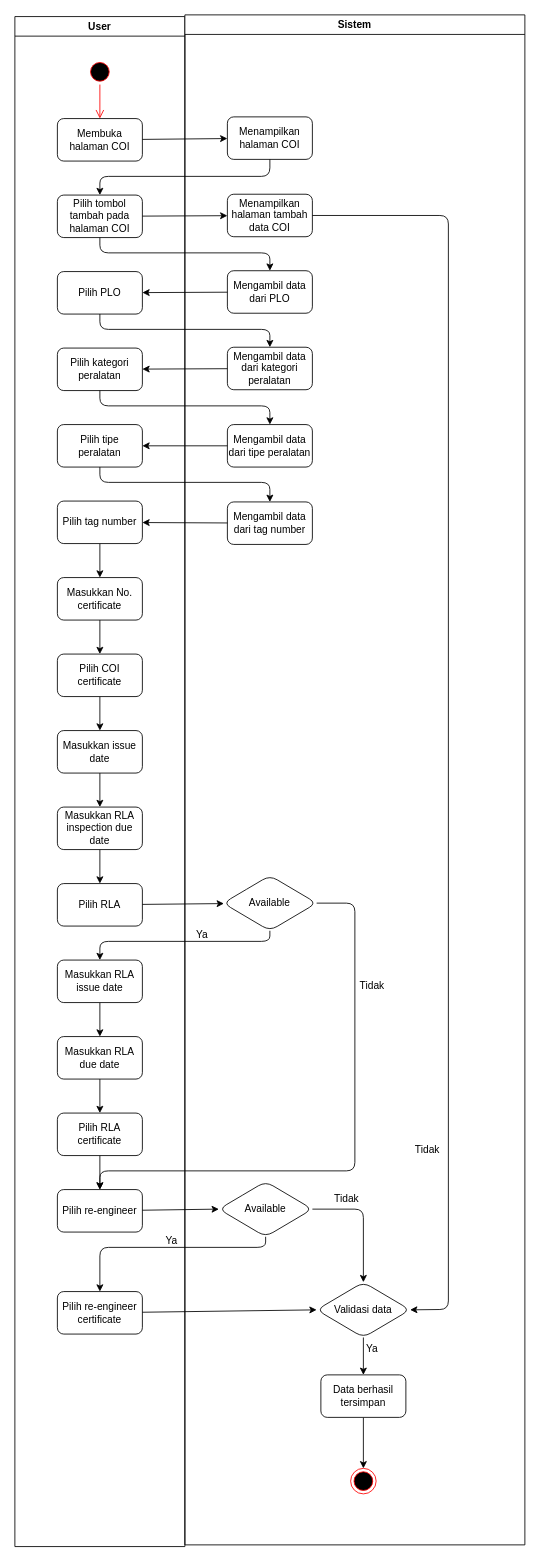
This is COI/tambahCOI.drawio from rismanrhz/idms, a draw.io file, before an edit. Source tidied: cells renumbered, new cells numbered last; positions are measured from the earlier drawing's top-left corner, leaving out a move shared by most shapes. Both pictures are drawn from the tidied source at 85%, with x=0, y=0 at pixel (14, 14).
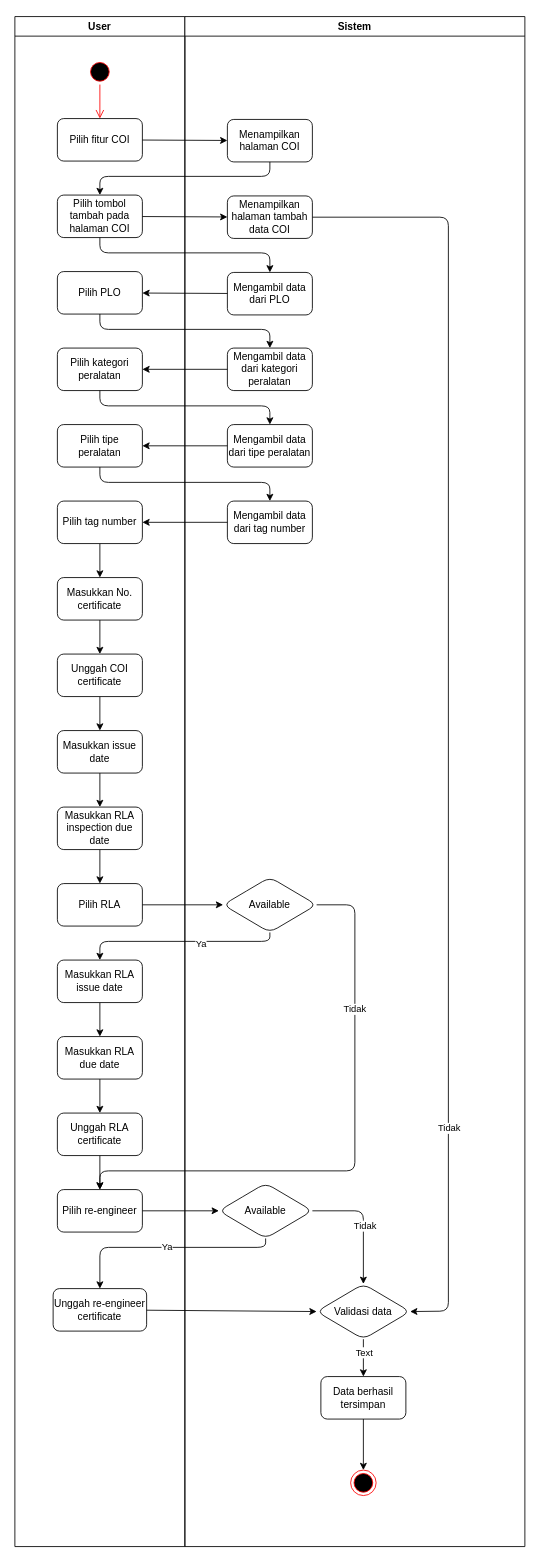
The same page after the edit.

The change refers to these unchanged cells:
```xml
<mxCell id="2" value="User" style="swimlane;" parent="1" vertex="1">
  <mxGeometry y="2" width="200" height="1800" as="geometry" />
</mxCell>
<mxCell id="27" value="Pilih re-engineer" style="rounded=1;whiteSpace=wrap;html=1;" parent="2" vertex="1">
  <mxGeometry x="50" y="1380" width="100" height="50" as="geometry" />
</mxCell>
<mxCell id="36" style="edgeStyle=none;html=1;entryX=1;entryY=0.5;entryDx=0;entryDy=0;exitX=1;exitY=0.5;exitDx=0;exitDy=0;" parent="29" edge="1" source="31" target="39">
  <mxGeometry relative="1" as="geometry">
    <Array as="points">
      <mxPoint x="310" y="236" />
      <mxPoint x="310" y="1523" />
    </Array>
  </mxGeometry>
</mxCell>
<mxCell id="37" value="Available" style="rhombus;whiteSpace=wrap;html=1;rounded=1;" parent="29" vertex="1">
  <mxGeometry x="45" y="1012.5" width="110" height="65" as="geometry" />
</mxCell>
<mxCell id="38" style="edgeStyle=none;html=1;" parent="29" edge="1" source="39" target="46">
  <mxGeometry relative="1" as="geometry" />
</mxCell>
<mxCell id="42" style="edgeStyle=none;html=1;entryX=0.5;entryY=0;entryDx=0;entryDy=0;exitX=1;exitY=0.5;exitDx=0;exitDy=0;" parent="29" edge="1" source="43" target="39">
  <mxGeometry relative="1" as="geometry">
    <Array as="points">
      <mxPoint x="210" y="1405" />
    </Array>
  </mxGeometry>
</mxCell>
<mxCell id="52" style="edgeStyle=none;html=1;entryX=0.5;entryY=0;entryDx=0;entryDy=0;" parent="1" edge="1" source="37" target="22">
  <mxGeometry relative="1" as="geometry">
    <Array as="points">
      <mxPoint x="300" y="1090" />
      <mxPoint x="100" y="1090" />
    </Array>
  </mxGeometry>
</mxCell>
<mxCell id="54" style="edgeStyle=none;html=1;entryX=0.5;entryY=0;entryDx=0;entryDy=0;exitX=0.5;exitY=1;exitDx=0;exitDy=0;" parent="1" edge="1" source="43" target="28">
  <mxGeometry relative="1" as="geometry">
    <Array as="points">
      <mxPoint x="295" y="1450" />
      <mxPoint x="100" y="1450" />
    </Array>
  </mxGeometry>
</mxCell>
```

Diff of the diagram source:
```diff
@@
-    <mxCell id="5" value="Membuka halaman COI" style="rounded=1;whiteSpace=wrap;html=1;" parent="2" vertex="1">
+    <mxCell id="5" value="Pilih fitur COI" style="rounded=1;whiteSpace=wrap;html=1;" parent="2" vertex="1">
       <mxGeometry x="50" y="120" width="100" height="50" as="geometry" />
     </mxCell>
@@
-    <mxCell id="15" value="Pilih COI certificate" style="rounded=1;whiteSpace=wrap;html=1;" parent="2" vertex="1">
+    <mxCell id="15" value="Unggah COI certificate" style="rounded=1;whiteSpace=wrap;html=1;" parent="2" vertex="1">
       <mxGeometry x="50" y="750" width="100" height="50" as="geometry" />
     </mxCell>
@@
-    <mxCell id="26" value="Pilih RLA certificate" style="rounded=1;whiteSpace=wrap;html=1;" parent="2" vertex="1">
+    <mxCell id="26" value="Unggah RLA certificate" style="rounded=1;whiteSpace=wrap;html=1;" parent="2" vertex="1">
       <mxGeometry x="50" y="1290" width="100" height="50" as="geometry" />
     </mxCell>
@@
-    <mxCell id="28" value="Pilih re-engineer certificate" style="rounded=1;whiteSpace=wrap;html=1;" parent="2" vertex="1">
-      <mxGeometry x="50" y="1500" width="100" height="50" as="geometry" />
+    <mxCell id="28" value="Unggah re-engineer certificate" style="rounded=1;whiteSpace=wrap;html=1;" parent="2" vertex="1">
+      <mxGeometry x="45" y="1496.5" width="110" height="50" as="geometry" />
     </mxCell>
     <mxCell id="29" value="Sistem" style="swimlane;" parent="1" vertex="1">
-      <mxGeometry x="200" width="400" height="1800" as="geometry" />
+      <mxGeometry x="200" y="2" width="400" height="1800" as="geometry" />
     </mxCell>
     <mxCell id="30" value="Menampilkan halaman COI" style="rounded=1;whiteSpace=wrap;html=1;" parent="29" vertex="1">
-      <mxGeometry x="50" y="120" width="100" height="50" as="geometry" />
+      <mxGeometry x="50" y="121" width="100" height="50" as="geometry" />
     </mxCell>
@@
     <mxCell id="33" value="Mengambil data dari kategori peralatan" style="rounded=1;whiteSpace=wrap;html=1;" parent="29" vertex="1">
-      <mxGeometry x="50" y="391" width="100" height="50" as="geometry" />
+      <mxGeometry x="50" y="390" width="100" height="50" as="geometry" />
     </mxCell>
     <mxCell id="34" value="Mengambil data dari tipe peralatan" style="rounded=1;whiteSpace=wrap;html=1;" parent="29" vertex="1">
-      <mxGeometry x="50" y="482" width="100" height="50" as="geometry" />
+      <mxGeometry x="50" y="480" width="100" height="50" as="geometry" />
     </mxCell>
     <mxCell id="35" value="Mengambil data dari tag number" style="rounded=1;whiteSpace=wrap;html=1;" parent="29" vertex="1">
-      <mxGeometry x="50" y="573" width="100" height="50" as="geometry" />
+      <mxGeometry x="50" y="570" width="100" height="50" as="geometry" />
     </mxCell>
@@
+    <mxCell id="68" value="Tidak" style="edgeLabel;html=1;align=center;verticalAlign=middle;" parent="36" vertex="1">
+      <mxGeometry x="0.65" relative="1" as="geometry" />
+    </mxCell>
@@
+    <mxCell id="69" value="Text" style="edgeLabel;html=1;align=center;verticalAlign=middle;" parent="38" vertex="1">
+      <mxGeometry x="-0.28" relative="1" as="geometry">
+        <mxPoint y="-1" as="offset" />
+      </mxGeometry>
+    </mxCell>
@@
-    <mxCell id="40" value="Ya" style="text;html=1;align=center;verticalAlign=middle;strokeColor=none;fillColor=none;" parent="29" vertex="1">
-      <mxGeometry y="1068" width="40" height="30" as="geometry" />
-    </mxCell>
-    <mxCell id="41" value="Tidak" style="text;html=1;align=center;verticalAlign=middle;strokeColor=none;fillColor=none;" parent="29" vertex="1">
-      <mxGeometry x="260" y="1320" width="50" height="30" as="geometry" />
-    </mxCell>
@@
+    <mxCell id="70" value="Tidak" style="edgeLabel;html=1;align=center;verticalAlign=middle;" parent="42" vertex="1">
+      <mxGeometry x="0.05" y="1" relative="1" as="geometry" />
+    </mxCell>
@@
-    <mxCell id="47" value="Ya" style="text;html=1;align=center;verticalAlign=middle;strokeColor=none;fillColor=none;" parent="29" vertex="1">
-      <mxGeometry x="200" y="1555" width="40" height="30" as="geometry" />
-    </mxCell>
@@
+    <mxCell id="71" value="Ya" style="edgeLabel;html=1;align=center;verticalAlign=middle;" parent="52" vertex="1">
+      <mxGeometry x="-0.21" y="2" relative="1" as="geometry" />
+    </mxCell>
@@
-    <mxCell id="55" value="Tidak" style="text;html=1;align=center;verticalAlign=middle;strokeColor=none;fillColor=none;" parent="1" vertex="1">
-      <mxGeometry x="365" y="1378" width="50" height="30" as="geometry" />
-    </mxCell>
-    <mxCell id="56" value="Ya" style="text;html=1;align=center;verticalAlign=middle;strokeColor=none;fillColor=none;" parent="1" vertex="1">
-      <mxGeometry x="164" y="1427" width="40" height="30" as="geometry" />
-    </mxCell>
+    <mxCell id="72" value="Ya" style="edgeLabel;html=1;align=center;verticalAlign=middle;" parent="54" vertex="1">
+      <mxGeometry y="-1" relative="1" as="geometry" />
+    </mxCell>
@@
     <mxCell id="66" style="edgeStyle=none;html=1;exitX=1;exitY=0.5;exitDx=0;exitDy=0;entryX=0.5;entryY=0;entryDx=0;entryDy=0;" parent="1" edge="1" source="37" target="27">
       <mxGeometry relative="1" as="geometry">
         <Array as="points">
-          <mxPoint x="400" y="1045" />
+          <mxPoint x="400" y="1047" />
           <mxPoint x="400" y="1360" />
           <mxPoint x="100" y="1360" />
         </Array>
       </mxGeometry>
     </mxCell>
-    <mxCell id="67" value="Tidak" style="text;html=1;align=center;verticalAlign=middle;strokeColor=none;fillColor=none;" parent="1" vertex="1">
-      <mxGeometry x="395" y="1128" width="50" height="30" as="geometry" />
-    </mxCell>
+    <mxCell id="73" value="Tidak" style="edgeLabel;html=1;align=center;verticalAlign=middle;" parent="66" vertex="1">
+      <mxGeometry x="-0.51" y="-1" relative="1" as="geometry" />
+    </mxCell>
```
